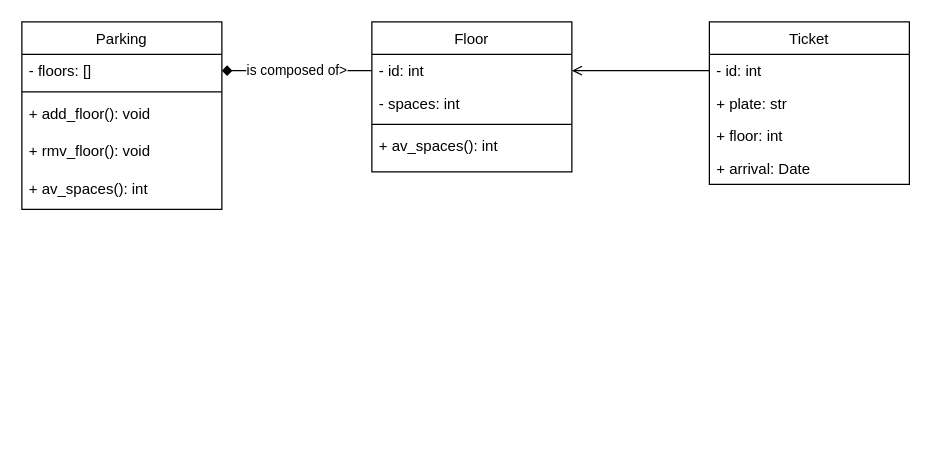
Before: ParkEase.drawio in toruke/2tm1_ParkEase, a draw.io diagram. Source tidied: cells renumbered, new cells numbered last; positions are measured from the earlier drawing's top-left corner, leaving out a move shared by most shapes. Both pictures are drawn from the tidied source at 125%, with x=0, y=0 at pixel (21, 21).
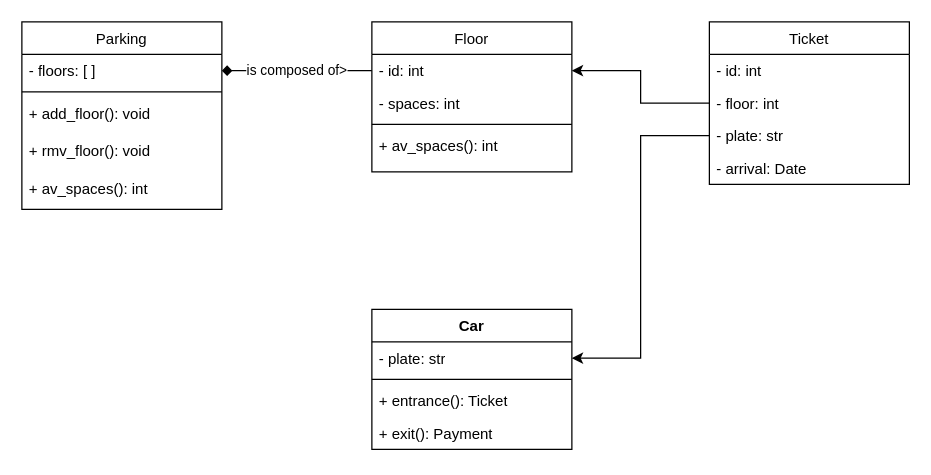
Above is the later version.

Commit message:
ajout class Car

The change refers to these unchanged cells:
```xml
<mxCell id="2" value="Parking" style="swimlane;fontStyle=0;align=center;verticalAlign=top;horizontal=1;startSize=26;rounded=0;shadow=0;strokeWidth=1;" parent="1" vertex="1">
  <mxGeometry width="160" height="150" as="geometry" />
</mxCell>
<mxCell id="9" value="- id: int" style="text;align=left;verticalAlign=top;spacingLeft=4;spacingRight=4;overflow=hidden;points=[[0,0.5],[1,0.5]];portConstraint=eastwest;" parent="8" vertex="1">
  <mxGeometry y="26" width="160" height="26" as="geometry" />
</mxCell>
<mxCell id="13" value="Ticket" style="swimlane;fontStyle=0;align=center;verticalAlign=top;horizontal=1;startSize=26;rounded=0;shadow=0;strokeWidth=1;" parent="1" vertex="1">
  <mxGeometry x="550" width="160" height="130" as="geometry" />
</mxCell>
<mxCell id="14" value="- id: int" style="text;align=left;verticalAlign=top;spacingLeft=4;spacingRight=4;overflow=hidden;points=[[0,0.5],[1,0.5]];portConstraint=eastwest;" parent="13" vertex="1">
  <mxGeometry y="26" width="160" height="26" as="geometry" />
</mxCell>
```

What changed in the source:
```diff
@@
-    <mxCell id="3" value="- floors: []" style="text;align=left;verticalAlign=top;spacingLeft=4;spacingRight=4;overflow=hidden;points=[[0,0.5],[1,0.5]];portConstraint=eastwest;" parent="2" vertex="1">
+    <mxCell id="3" value="- floors: [ ]" style="text;align=left;verticalAlign=top;spacingLeft=4;spacingRight=4;overflow=hidden;points=[[0,0.5],[1,0.5]];portConstraint=eastwest;" parent="2" vertex="1">
       <mxGeometry y="26" width="160" height="26" as="geometry" />
     </mxCell>
@@
+    <mxCell id="16" value="- floor: int" style="text;align=left;verticalAlign=top;spacingLeft=4;spacingRight=4;overflow=hidden;points=[[0,0.5],[1,0.5]];portConstraint=eastwest;" parent="13" vertex="1">
+      <mxGeometry y="52" width="160" height="26" as="geometry" />
+    </mxCell>
-    <mxCell id="15" value="+ plate: str" style="text;align=left;verticalAlign=top;spacingLeft=4;spacingRight=4;overflow=hidden;points=[[0,0.5],[1,0.5]];portConstraint=eastwest;" parent="13" vertex="1">
-      <mxGeometry y="52" width="160" height="26" as="geometry" />
+    <mxCell id="15" value="- plate: str" style="text;align=left;verticalAlign=top;spacingLeft=4;spacingRight=4;overflow=hidden;points=[[0,0.5],[1,0.5]];portConstraint=eastwest;" parent="13" vertex="1">
+      <mxGeometry y="78" width="160" height="26" as="geometry" />
     </mxCell>
-    <mxCell id="16" value="+ floor: int" style="text;align=left;verticalAlign=top;spacingLeft=4;spacingRight=4;overflow=hidden;points=[[0,0.5],[1,0.5]];portConstraint=eastwest;" parent="13" vertex="1">
-      <mxGeometry y="78" width="160" height="26" as="geometry" />
-    </mxCell>
-    <mxCell id="17" value="+ arrival: Date" style="text;align=left;verticalAlign=top;spacingLeft=4;spacingRight=4;overflow=hidden;" parent="13" vertex="1">
+    <mxCell id="17" value="- arrival: Date" style="text;align=left;verticalAlign=top;spacingLeft=4;spacingRight=4;overflow=hidden;" parent="13" vertex="1">
       <mxGeometry y="104" width="160" height="26" as="geometry" />
     </mxCell>
@@
-    <mxCell id="19" style="edgeStyle=orthogonalEdgeStyle;rounded=0;jettySize=auto;html=1;exitX=0;exitY=0.5;exitDx=0;exitDy=0;entryX=1;entryY=0.5;entryDx=0;entryDy=0;endArrow=open;endFill=0;" parent="1" edge="1" source="14" target="9">
-      <mxGeometry relative="1" as="geometry" />
-    </mxCell>
+    <mxCell id="20" value="Car" style="swimlane;fontStyle=1;align=center;verticalAlign=top;horizontal=1;startSize=26;whiteSpace=wrap;html=1;" parent="1" vertex="1">
+      <mxGeometry x="280" y="230" width="160" height="112" as="geometry" />
+    </mxCell>
+    <mxCell id="21" value="- plate: str" style="text;strokeColor=none;fillColor=none;align=left;verticalAlign=top;spacingLeft=4;spacingRight=4;overflow=hidden;points=[[0,0.5],[1,0.5]];portConstraint=eastwest;whiteSpace=wrap;html=1;" parent="20" vertex="1">
+      <mxGeometry y="26" width="160" height="26" as="geometry" />
+    </mxCell>
+    <mxCell id="22" style="line;strokeWidth=1;fillColor=none;align=left;verticalAlign=middle;spacingTop=-1;spacingLeft=3;spacingRight=3;labelPosition=right;strokeColor=inherit;" parent="20" vertex="1">
+      <mxGeometry y="52" width="160" height="8" as="geometry" />
+    </mxCell>
+    <mxCell id="23" value="+ entrance(): Ticket" style="text;strokeColor=none;fillColor=none;align=left;verticalAlign=top;spacingLeft=4;spacingRight=4;overflow=hidden;whiteSpace=wrap;html=1;" parent="20" vertex="1">
+      <mxGeometry y="60" width="160" height="26" as="geometry" />
+    </mxCell>
+    <mxCell id="24" value="+ exit(): Payment" style="text;strokeColor=none;fillColor=none;align=left;verticalAlign=top;spacingLeft=4;spacingRight=4;overflow=hidden;whiteSpace=wrap;html=1;" parent="20" vertex="1">
+      <mxGeometry y="86" width="160" height="26" as="geometry" />
+    </mxCell>
+    <mxCell id="25" style="edgeStyle=orthogonalEdgeStyle;rounded=0;jettySize=auto;html=1;exitX=0;exitY=0.5;exitDx=0;exitDy=0;entryX=1;entryY=0.5;entryDx=0;entryDy=0;" parent="1" edge="1" source="15" target="21">
+      <mxGeometry relative="1" as="geometry" />
+    </mxCell>
+    <mxCell id="26" style="edgeStyle=orthogonalEdgeStyle;rounded=0;jettySize=auto;html=1;exitX=0;exitY=0.5;exitDx=0;exitDy=0;entryX=1;entryY=0.5;entryDx=0;entryDy=0;" parent="1" edge="1" source="16" target="9">
+      <mxGeometry relative="1" as="geometry" />
+    </mxCell>
```
